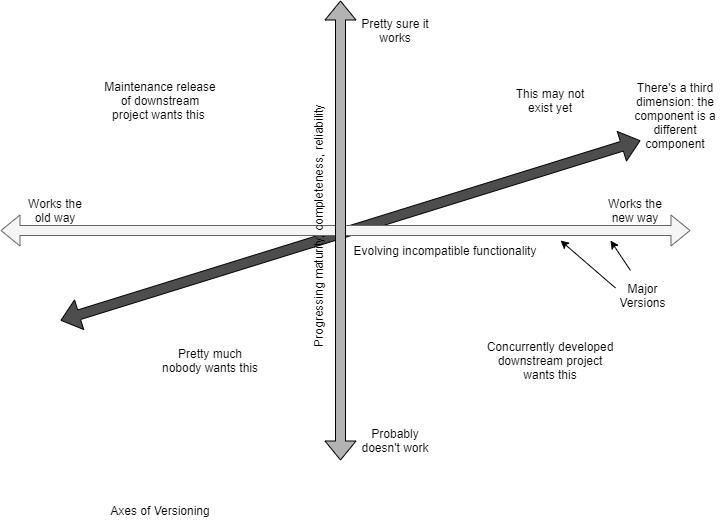
Above: diagrams/versioning.png in dboreham/global-bugs (draw.io), before the change. Source tidied: cells renumbered, new cells last; positions are measured from the earlier drawing's top-left corner, leaving out a move shared by most shapes.
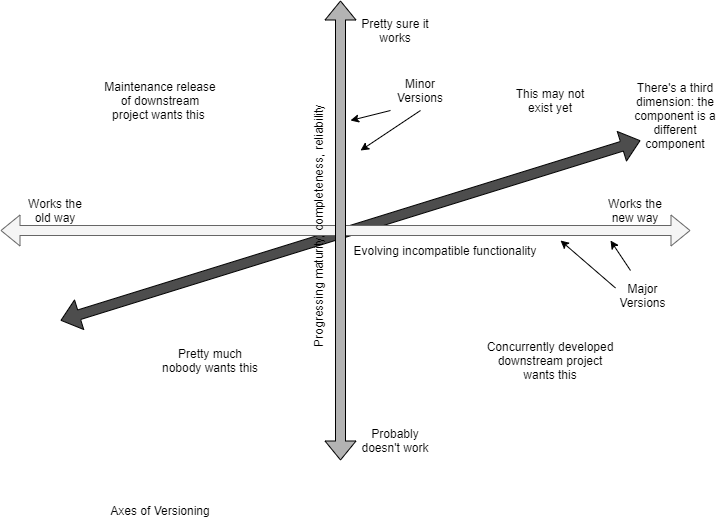
The same diagram one commit later.

What changed in the source:
```diff
@@ -70,5 +70,19 @@
         <mxPoint x="610" y="240" as="targetPoint" />
       </mxGeometry>
     </mxCell>
+    <mxCell id="20" value="Minor Versions" style="text;html=1;strokeColor=none;fillColor=none;align=center;verticalAlign=middle;whiteSpace=wrap;rounded=0;" parent="1" vertex="1">
+      <mxGeometry x="380" y="70" width="80" height="40" as="geometry" />
+    </mxCell>
+    <mxCell id="21" style="endArrow=classic;html=1;strokeColor=#000000;fillColor=#4D4D4D;exitX=0.5;exitY=1;exitDx=0;exitDy=0;" parent="1" edge="1" source="20">
+      <mxGeometry relative="1" as="geometry">
+        <mxPoint x="360" y="150" as="targetPoint" />
+      </mxGeometry>
+    </mxCell>
+    <mxCell id="22" style="endArrow=classic;html=1;strokeColor=#000000;fillColor=#4D4D4D;" parent="1" edge="1">
+      <mxGeometry relative="1" as="geometry">
+        <mxPoint x="390" y="110" as="sourcePoint" />
+        <mxPoint x="350" y="120" as="targetPoint" />
+      </mxGeometry>
+    </mxCell>
   </root>
 </mxGraphModel>
```
